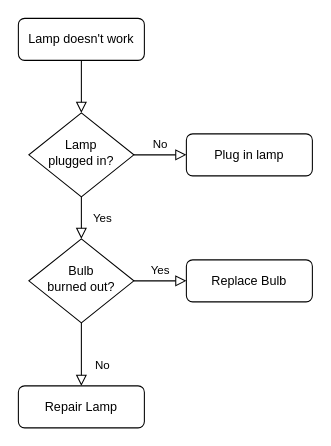
This is html file, ignore/Untitled Diagram.drawio from Adithr123/pizza, a draw.io file, before an edit. Source tidied: cells renumbered, new cells numbered last; positions are measured from the earlier drawing's top-left corner, leaving out a move shared by most shapes. Both pictures are drawn from the tidied source at 105%, with x=0, y=0 at pixel (18, 18).
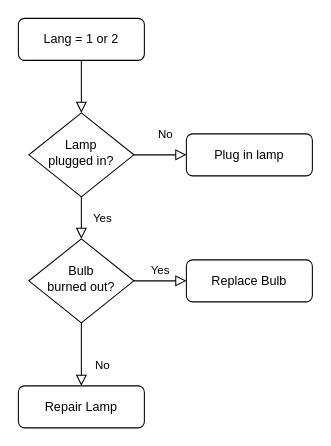
After the change.

Diff of the diagram source:
```diff
@@
 <mxGraphModel>
   <root>
     <mxCell id="0" />
     <mxCell id="1" parent="0" />
     <mxCell id="2" style="rounded=0;html=1;jettySize=auto;fontSize=11;endArrow=block;endFill=0;endSize=8;strokeWidth=1;shadow=0;labelBackgroundColor=none;edgeStyle=orthogonalEdgeStyle;" parent="1" edge="1" source="3" target="6">
       <mxGeometry relative="1" as="geometry" />
     </mxCell>
-    <mxCell id="3" value="Lamp doesn't work" style="rounded=1;whiteSpace=wrap;html=1;fontSize=12;glass=0;strokeWidth=1;shadow=0;" parent="1" vertex="1">
+    <mxCell id="3" value="Lang = 1 or 2" style="rounded=1;whiteSpace=wrap;html=1;fontSize=12;glass=0;strokeWidth=1;shadow=0;" parent="1" vertex="1">
       <mxGeometry width="120" height="40" as="geometry" />
     </mxCell>
     <mxCell id="4" value="Yes" style="rounded=0;html=1;jettySize=auto;fontSize=11;endArrow=block;endFill=0;endSize=8;strokeWidth=1;shadow=0;labelBackgroundColor=none;edgeStyle=orthogonalEdgeStyle;" parent="1" edge="1" source="6" target="10">
       <mxGeometry y="20" relative="1" as="geometry" />
     </mxCell>
     <mxCell id="5" value="No" style="edgeStyle=orthogonalEdgeStyle;rounded=0;html=1;jettySize=auto;fontSize=11;endArrow=block;endFill=0;endSize=8;strokeWidth=1;shadow=0;labelBackgroundColor=none;" parent="1" edge="1" source="6" target="7">
-      <mxGeometry y="10" relative="1" as="geometry" />
+      <mxGeometry x="0.2" y="20" relative="1" as="geometry" />
     </mxCell>
     <mxCell id="6" value="Lamp&lt;br&gt;plugged in?" style="rhombus;whiteSpace=wrap;html=1;shadow=0;fontFamily=Helvetica;fontSize=12;align=center;strokeWidth=1;spacing=6;spacingTop=-4;" parent="1" vertex="1">
       <mxGeometry x="10" y="90" width="100" height="80" as="geometry" />
     </mxCell>
     <mxCell id="7" value="Plug in lamp" style="rounded=1;whiteSpace=wrap;html=1;fontSize=12;glass=0;strokeWidth=1;shadow=0;" parent="1" vertex="1">
       <mxGeometry x="160" y="110" width="120" height="40" as="geometry" />
     </mxCell>
     <mxCell id="8" value="No" style="rounded=0;html=1;jettySize=auto;fontSize=11;endArrow=block;endFill=0;endSize=8;strokeWidth=1;shadow=0;labelBackgroundColor=none;edgeStyle=orthogonalEdgeStyle;" parent="1" edge="1" source="10" target="11">
       <mxGeometry x="0.33" y="20" relative="1" as="geometry" />
     </mxCell>
     <mxCell id="9" value="Yes" style="edgeStyle=orthogonalEdgeStyle;rounded=0;html=1;jettySize=auto;fontSize=11;endArrow=block;endFill=0;endSize=8;strokeWidth=1;shadow=0;labelBackgroundColor=none;" parent="1" edge="1" source="10" target="12">
       <mxGeometry y="10" relative="1" as="geometry" />
     </mxCell>
     <mxCell id="10" value="Bulb&lt;br&gt;burned out?" style="rhombus;whiteSpace=wrap;html=1;shadow=0;fontFamily=Helvetica;fontSize=12;align=center;strokeWidth=1;spacing=6;spacingTop=-4;" parent="1" vertex="1">
       <mxGeometry x="10" y="210" width="100" height="80" as="geometry" />
     </mxCell>
     <mxCell id="11" value="Repair Lamp" style="rounded=1;whiteSpace=wrap;html=1;fontSize=12;glass=0;strokeWidth=1;shadow=0;" parent="1" vertex="1">
       <mxGeometry y="350" width="120" height="40" as="geometry" />
     </mxCell>
     <mxCell id="12" value="Replace Bulb" style="rounded=1;whiteSpace=wrap;html=1;fontSize=12;glass=0;strokeWidth=1;shadow=0;" parent="1" vertex="1">
       <mxGeometry x="160" y="230" width="120" height="40" as="geometry" />
     </mxCell>
   </root>
 </mxGraphModel>
```
